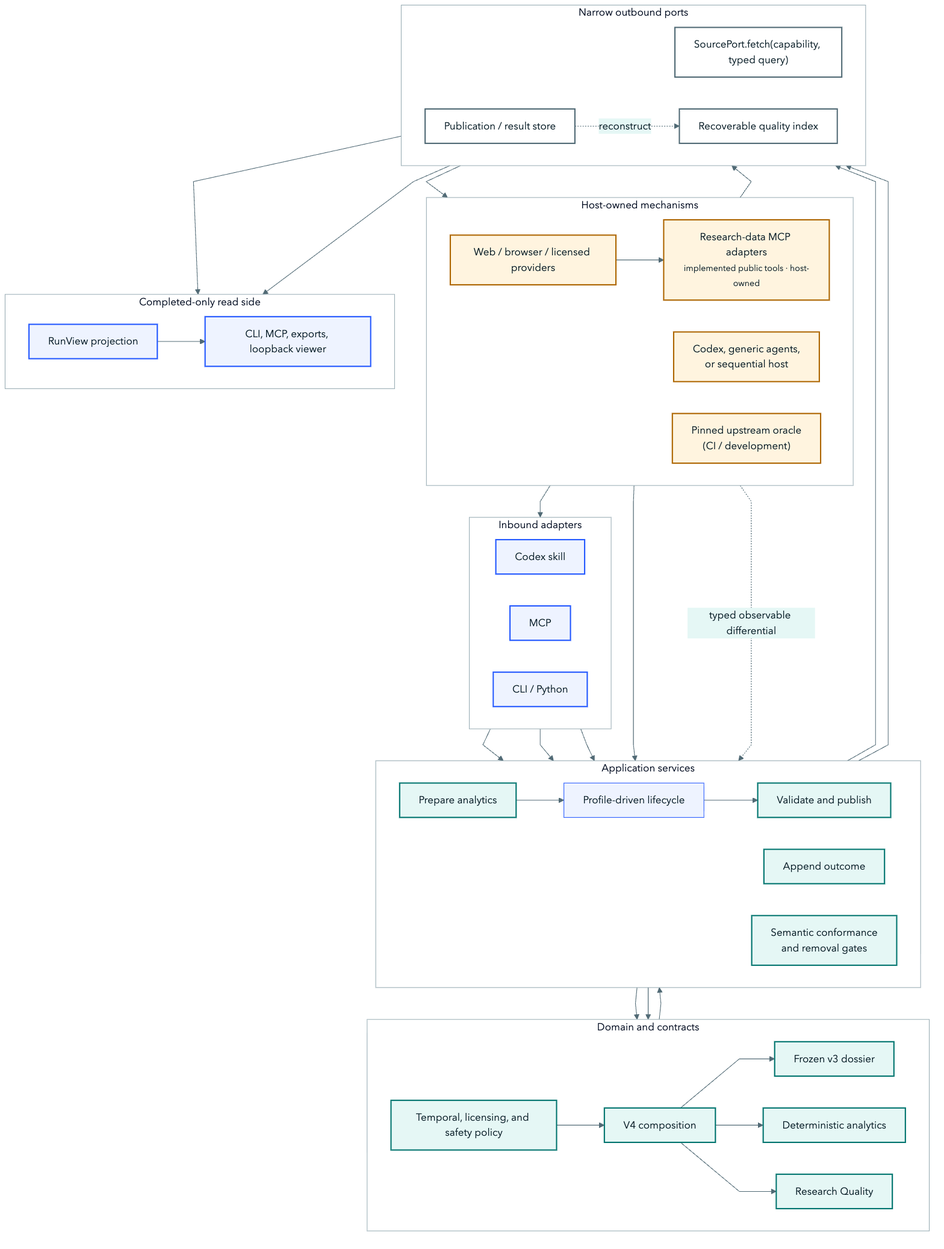
The Mermaid diagram assets/architecture/solid-ports-adapters.png in harshitagarwal2/StockResearchAgents, before a commit. Its source is kept beside it as docs/diagrams/solid-ports-adapters.mmd. The source it was exported from:
```mermaid
%%{init: {"theme":"base","fontFamily":"Avenir Next, Segoe UI, sans-serif","themeVariables":{"fontFamily":"Avenir Next, Segoe UI, sans-serif","primaryColor":"#eef3ff","primaryTextColor":"#071c26","primaryBorderColor":"#2257ff","lineColor":"#516a75","secondaryColor":"#e5f7f5","tertiaryColor":"#fff4df","background":"#f5f8f9","clusterBkg":"#ffffff","clusterBorder":"#96aab2"},"flowchart":{"curve":"linear","htmlLabels":true}}}%%
flowchart TB
  accTitle: SOLID ports-and-adapters architecture for Company Analytics
  accDescr: Host-native harness adapters call portable application services. Implemented provider-neutral public research-data adapters and future licensed adapters normalize through SourcePort, while the pinned upstream executor remains a CI and development oracle until removal gates pass. Completed projections feed read-only clients.

  subgraph H["Host-owned mechanisms"]
    direction LR
    WEB["Web / browser / licensed providers"]
    DATA["Research-data MCP adapters<br/><small>implemented public tools · host-owned</small>"]
    AGENT["Codex, generic agents,<br/>or sequential host"]
    ORACLE["Pinned upstream oracle<br/>(CI / development)"]
  end

  subgraph IN["Inbound adapters"]
    direction LR
    SKILL["Codex skill"]
    MCP["MCP"]
    CLI["CLI / Python"]
  end

  subgraph APP["Application services"]
    direction LR
    PREP["Prepare analytics"]
    LIFE["Profile-driven lifecycle"]
    IMPORT["Validate and publish"]
    OUTCOME["Append outcome"]
    CONFORM["Semantic conformance<br/>and removal gates"]
  end

  subgraph DOMAIN["Domain and contracts"]
    direction LR
    V3["Frozen v3 dossier"]
    V4["V4 composition"]
    ANALYTICS["Deterministic analytics"]
    QUALITY["Research Quality"]
    POLICY["Temporal, licensing, and safety policy"]
  end

  subgraph PORTS["Narrow outbound ports"]
    direction LR
    SOURCE["SourcePort.fetch(capability, typed query)"]
    RESULTS["Publication / result store"]
    QSTORE["Recoverable quality index"]
  end

  subgraph READ["Completed-only read side"]
    direction LR
    VIEW["RunView projection"]
    UI["CLI, MCP, exports, loopback viewer"]
  end

  WEB --> DATA
  DATA --> SOURCE
  AGENT --> SKILL
  SKILL --> PREP
  MCP --> PREP
  CLI --> PREP
  PREP --> V4
  PREP --> LIFE
  SOURCE --> AGENT
  AGENT --> LIFE
  LIFE --> IMPORT
  IMPORT --> V4
  V4 --> V3
  V4 --> ANALYTICS
  V4 --> QUALITY
  POLICY --> V4
  IMPORT --> RESULTS
  RESULTS -. "reconstruct" .-> QSTORE
  OUTCOME --> QSTORE
  ORACLE -. "typed observable differential" .-> CONFORM
  V4 --> CONFORM
  RESULTS --> VIEW
  QSTORE --> VIEW
  VIEW --> UI

  classDef host fill:#fff4df,stroke:#ad6500,color:#071c26,stroke-width:2px;
  classDef adapter fill:#eef3ff,stroke:#2257ff,color:#071c26,stroke-width:2px;
  classDef domain fill:#e5f7f5,stroke:#00746e,color:#071c26,stroke-width:2px;
  classDef port fill:#ffffff,stroke:#516a75,color:#071c26,stroke-width:2px;
  class WEB,DATA,AGENT,ORACLE host;
  class SKILL,MCP,CLI,VIEW,UI adapter;
  class PREP,IMPORT,OUTCOME,CONFORM,V3,V4,ANALYTICS,QUALITY,POLICY domain;
  class SOURCE,RESULTS,QSTORE port;
```
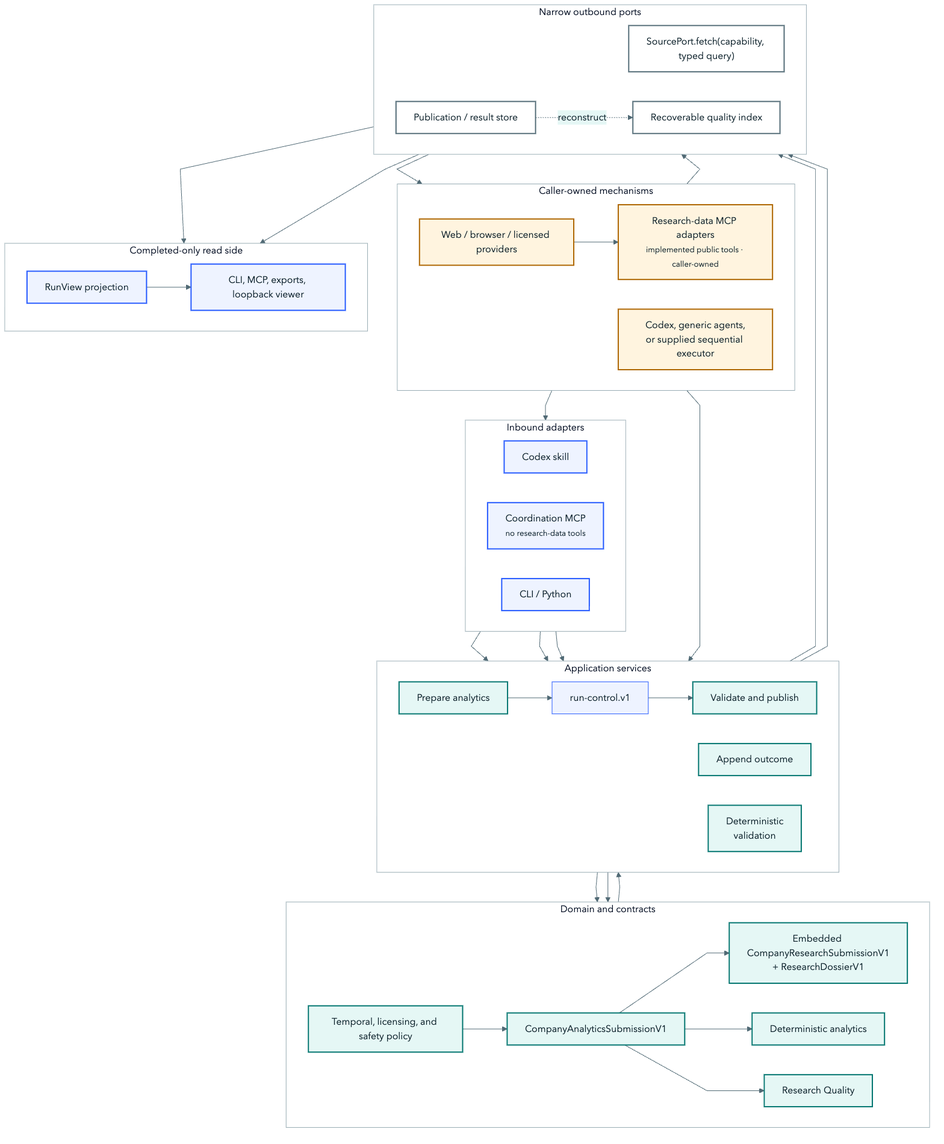
The same diagram one commit later.

Diff of the diagram source:
```diff
@@ -1,36 +1,35 @@
 %%{init: {"theme":"base","fontFamily":"Avenir Next, Segoe UI, sans-serif","themeVariables":{"fontFamily":"Avenir Next, Segoe UI, sans-serif","primaryColor":"#eef3ff","primaryTextColor":"#071c26","primaryBorderColor":"#2257ff","lineColor":"#516a75","secondaryColor":"#e5f7f5","tertiaryColor":"#fff4df","background":"#f5f8f9","clusterBkg":"#ffffff","clusterBorder":"#96aab2"},"flowchart":{"curve":"linear","htmlLabels":true}}}%%
 flowchart TB
   accTitle: SOLID ports-and-adapters architecture for Company Analytics
-  accDescr: Host-native harness adapters call portable application services. Implemented provider-neutral public research-data adapters and future licensed adapters normalize through SourcePort, while the pinned upstream executor remains a CI and development oracle until removal gates pass. Completed projections feed read-only clients.
+  accDescr: Harness-neutral caller adapters invoke StockResearchAgents coordination services. A separate stock-research-data MCP and caller-owned licensed adapters normalize evidence through SourcePort. Deterministic validation accepts only a complete CompanyAnalyticsSubmissionV1 before publishing CompanyAnalyticsResultV1 and projecting completed-result clients.
 
-  subgraph H["Host-owned mechanisms"]
+  subgraph H["Caller-owned mechanisms"]
     direction LR
     WEB["Web / browser / licensed providers"]
-    DATA["Research-data MCP adapters<br/><small>implemented public tools · host-owned</small>"]
-    AGENT["Codex, generic agents,<br/>or sequential host"]
-    ORACLE["Pinned upstream oracle<br/>(CI / development)"]
+    DATA["Research-data MCP adapters<br/><small>implemented public tools · caller-owned</small>"]
+    AGENT["Codex, generic agents,<br/>or supplied sequential executor"]
   end
 
   subgraph IN["Inbound adapters"]
     direction LR
     SKILL["Codex skill"]
-    MCP["MCP"]
+    MCP["Coordination MCP<br/><small>no research-data tools</small>"]
     CLI["CLI / Python"]
   end
 
   subgraph APP["Application services"]
     direction LR
     PREP["Prepare analytics"]
-    LIFE["Profile-driven lifecycle"]
+    LIFE["run-control.v1"]
     IMPORT["Validate and publish"]
     OUTCOME["Append outcome"]
-    CONFORM["Semantic conformance<br/>and removal gates"]
+    CONFORM["Deterministic<br/>validation"]
   end
 
   subgraph DOMAIN["Domain and contracts"]
     direction LR
-    V3["Frozen v3 dossier"]
-    V4["V4 composition"]
+    Research["Embedded CompanyResearchSubmissionV1<br/>+ ResearchDossierV1"]
+    Analytics["CompanyAnalyticsSubmissionV1"]
     ANALYTICS["Deterministic analytics"]
     QUALITY["Research Quality"]
     POLICY["Temporal, licensing, and safety policy"]
@@ -55,21 +54,20 @@
   SKILL --> PREP
   MCP --> PREP
   CLI --> PREP
-  PREP --> V4
+  PREP --> Analytics
   PREP --> LIFE
   SOURCE --> AGENT
   AGENT --> LIFE
   LIFE --> IMPORT
-  IMPORT --> V4
-  V4 --> V3
-  V4 --> ANALYTICS
-  V4 --> QUALITY
-  POLICY --> V4
+  IMPORT --> Analytics
+  Analytics --> Research
+  Analytics --> ANALYTICS
+  Analytics --> QUALITY
+  POLICY --> Analytics
   IMPORT --> RESULTS
   RESULTS -. "reconstruct" .-> QSTORE
   OUTCOME --> QSTORE
-  ORACLE -. "typed observable differential" .-> CONFORM
-  V4 --> CONFORM
+  Analytics --> CONFORM
   RESULTS --> VIEW
   QSTORE --> VIEW
   VIEW --> UI
@@ -78,7 +76,7 @@
   classDef adapter fill:#eef3ff,stroke:#2257ff,color:#071c26,stroke-width:2px;
   classDef domain fill:#e5f7f5,stroke:#00746e,color:#071c26,stroke-width:2px;
   classDef port fill:#ffffff,stroke:#516a75,color:#071c26,stroke-width:2px;
-  class WEB,DATA,AGENT,ORACLE host;
+  class WEB,DATA,AGENT host;
   class SKILL,MCP,CLI,VIEW,UI adapter;
-  class PREP,IMPORT,OUTCOME,CONFORM,V3,V4,ANALYTICS,QUALITY,POLICY domain;
+  class PREP,IMPORT,OUTCOME,CONFORM,Research,Analytics,ANALYTICS,QUALITY,POLICY domain;
   class SOURCE,RESULTS,QSTORE port;
```
